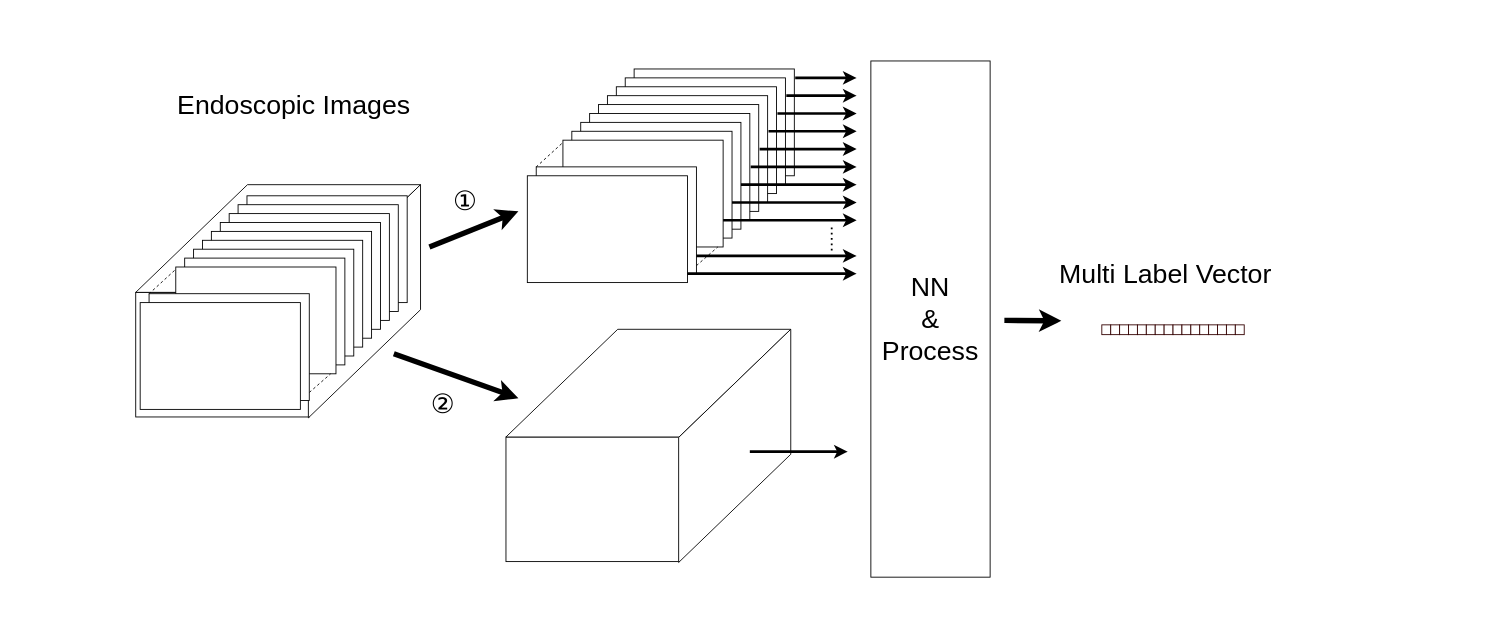
Above: draw.io/ieice4.drawio in shinn1r0/endoscopic_images2karte (draw.io), before the change. Source tidied: cells renumbered, new cells numbered last; positions are measured from the earlier drawing's top-left corner, leaving out a move shared by most shapes. Both pictures are drawn from the tidied source at 89%, with x=0, y=0 at pixel (135, 61).
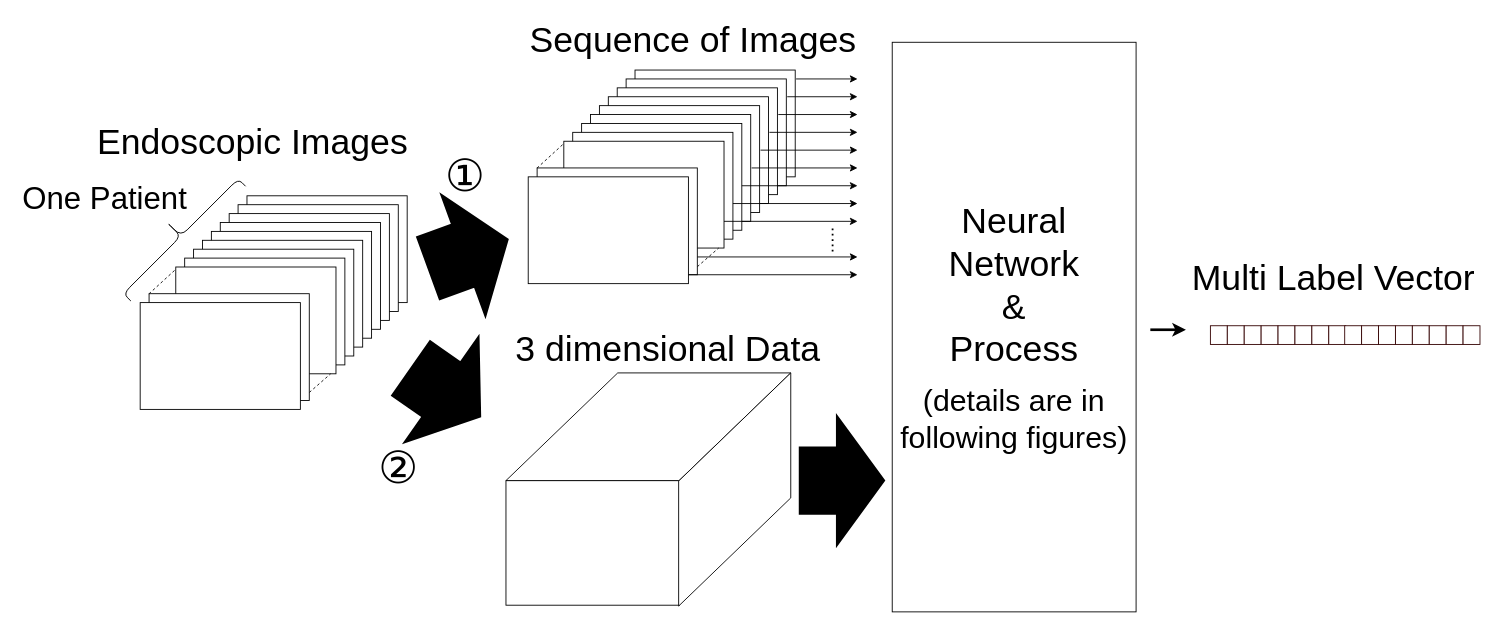
The same diagram, later.

Diff of the diagram source:
```diff
@@
     <mxCell id="2" style="rounded=0;whiteSpace=wrap;html=1;" parent="1" vertex="1">
-      <mxGeometry x="560" y="9" width="180" height="120" as="geometry" />
+      <mxGeometry x="561" y="10.2" width="180" height="120" as="geometry" />
     </mxCell>
     <mxCell id="3" style="rounded=0;whiteSpace=wrap;html=1;" parent="1" vertex="1">
-      <mxGeometry x="550" y="19" width="180" height="120" as="geometry" />
+      <mxGeometry x="551" y="20.2" width="180" height="120" as="geometry" />
     </mxCell>
     <mxCell id="4" style="endArrow=none;dashed=1;html=1;exitX=0.996;exitY=0.003;exitDx=0;exitDy=0;exitPerimeter=0;" parent="1" edge="1" source="14">
       <mxGeometry relative="1" as="geometry">
-        <mxPoint x="660" y="89" as="targetPoint" />
+        <mxPoint x="661" y="90.2" as="targetPoint" />
       </mxGeometry>
     </mxCell>
     <mxCell id="5" style="rounded=0;whiteSpace=wrap;html=1;" parent="1" vertex="1">
-      <mxGeometry x="540" y="29" width="180" height="120" as="geometry" />
+      <mxGeometry x="541" y="30.2" width="180" height="120" as="geometry" />
     </mxCell>
     <mxCell id="6" style="rounded=0;whiteSpace=wrap;html=1;" parent="1" vertex="1">
-      <mxGeometry x="530" y="39" width="180" height="120" as="geometry" />
+      <mxGeometry x="531" y="40.2" width="180" height="120" as="geometry" />
     </mxCell>
     <mxCell id="7" style="rounded=0;whiteSpace=wrap;html=1;" parent="1" vertex="1">
-      <mxGeometry x="520" y="49" width="180" height="120" as="geometry" />
+      <mxGeometry x="521" y="50.2" width="180" height="120" as="geometry" />
     </mxCell>
     <mxCell id="8" style="rounded=0;whiteSpace=wrap;html=1;" parent="1" vertex="1">
-      <mxGeometry x="510" y="59" width="180" height="120" as="geometry" />
+      <mxGeometry x="511" y="60.2" width="180" height="120" as="geometry" />
     </mxCell>
     <mxCell id="9" style="rounded=0;whiteSpace=wrap;html=1;" parent="1" vertex="1">
-      <mxGeometry x="500" y="69" width="180" height="120" as="geometry" />
+      <mxGeometry x="501" y="70.2" width="180" height="120" as="geometry" />
     </mxCell>
     <mxCell id="10" style="rounded=0;whiteSpace=wrap;html=1;" parent="1" vertex="1">
-      <mxGeometry x="490" y="79" width="180" height="120" as="geometry" />
+      <mxGeometry x="491" y="80.2" width="180" height="120" as="geometry" />
     </mxCell>
     <mxCell id="11" style="rounded=0;whiteSpace=wrap;html=1;" parent="1" vertex="1">
-      <mxGeometry x="480" y="89" width="180" height="120" as="geometry" />
+      <mxGeometry x="481" y="90.2" width="180" height="120" as="geometry" />
     </mxCell>
     <mxCell id="12" style="endArrow=none;dashed=1;html=1;exitX=0.977;exitY=0.936;exitDx=0;exitDy=0;exitPerimeter=0;" parent="1" edge="1">
       <mxGeometry relative="1" as="geometry">
-        <mxPoint x="630" y="230" as="sourcePoint" />
-        <mxPoint x="654" y="209" as="targetPoint" />
+        <mxPoint x="631" y="231.2" as="sourcePoint" />
+        <mxPoint x="655" y="210.2" as="targetPoint" />
       </mxGeometry>
     </mxCell>
@@
     <mxCell id="14" style="rounded=0;whiteSpace=wrap;html=1;" parent="1" vertex="1">
-      <mxGeometry x="450" y="119" width="180" height="120" as="geometry" />
+      <mxGeometry x="451" y="120.2" width="180" height="120" as="geometry" />
     </mxCell>
     <mxCell id="15" style="rounded=0;whiteSpace=wrap;html=1;" parent="1" vertex="1">
-      <mxGeometry x="440" y="129" width="180" height="120" as="geometry" />
+      <mxGeometry x="441" y="130.2" width="180" height="120" as="geometry" />
     </mxCell>
-    <mxCell id="16" value="&lt;font style=&quot;font-size: 30px&quot;&gt;Endoscopic Images&lt;/font&gt;" style="text;html=1;align=left;verticalAlign=top;spacingTop=-4;" parent="1" vertex="1">
-      <mxGeometry x="45" y="29" width="280" height="20" as="geometry" />
+    <mxCell id="16" value="&lt;font style=&quot;font-size: 40px&quot;&gt;Endoscopic Images&lt;/font&gt;" style="text;html=1;align=left;verticalAlign=top;spacingTop=-4;" parent="1" vertex="1">
+      <mxGeometry x="-45" y="64" width="360" height="30" as="geometry" />
     </mxCell>
-    <mxCell id="17" style="endArrow=classic;html=1;strokeWidth=3;" parent="1" edge="1">
+    <mxCell id="17" style="endArrow=classic;html=1;strokeWidth=1;" parent="1" edge="1">
       <mxGeometry relative="1" as="geometry">
-        <mxPoint x="620" y="239" as="sourcePoint" />
-        <mxPoint x="810" y="239" as="targetPoint" />
+        <mxPoint x="621" y="240.2" as="sourcePoint" />
+        <mxPoint x="811" y="240.2" as="targetPoint" />
       </mxGeometry>
     </mxCell>
-    <mxCell id="18" style="endArrow=classic;html=1;strokeWidth=3;" parent="1" edge="1">
+    <mxCell id="18" style="endArrow=classic;html=1;strokeWidth=1;" parent="1" edge="1">
       <mxGeometry relative="1" as="geometry">
-        <mxPoint x="630" y="219" as="sourcePoint" />
-        <mxPoint x="810" y="219" as="targetPoint" />
+        <mxPoint x="631" y="220.2" as="sourcePoint" />
+        <mxPoint x="811" y="220.2" as="targetPoint" />
       </mxGeometry>
     </mxCell>
-    <mxCell id="19" style="endArrow=classic;html=1;strokeWidth=3;" parent="1" edge="1">
+    <mxCell id="19" style="endArrow=classic;html=1;strokeWidth=1;" parent="1" edge="1">
       <mxGeometry relative="1" as="geometry">
-        <mxPoint x="660" y="179" as="sourcePoint" />
-        <mxPoint x="810" y="179" as="targetPoint" />
+        <mxPoint x="661" y="180.2" as="sourcePoint" />
+        <mxPoint x="811" y="180.2" as="targetPoint" />
       </mxGeometry>
     </mxCell>
-    <mxCell id="20" style="endArrow=classic;html=1;strokeWidth=3;" parent="1" edge="1">
+    <mxCell id="20" style="endArrow=classic;html=1;strokeWidth=1;" parent="1" edge="1">
       <mxGeometry relative="1" as="geometry">
-        <mxPoint x="670" y="159" as="sourcePoint" />
-        <mxPoint x="810" y="159" as="targetPoint" />
+        <mxPoint x="671" y="160.2" as="sourcePoint" />
+        <mxPoint x="811" y="160.2" as="targetPoint" />
       </mxGeometry>
     </mxCell>
-    <mxCell id="21" style="endArrow=classic;html=1;strokeWidth=3;" parent="1" edge="1">
+    <mxCell id="21" style="endArrow=classic;html=1;strokeWidth=1;" parent="1" edge="1">
       <mxGeometry relative="1" as="geometry">
-        <mxPoint x="680" y="139" as="sourcePoint" />
-        <mxPoint x="810" y="139" as="targetPoint" />
+        <mxPoint x="681" y="140.2" as="sourcePoint" />
+        <mxPoint x="811" y="140.2" as="targetPoint" />
       </mxGeometry>
     </mxCell>
-    <mxCell id="22" style="endArrow=classic;html=1;strokeWidth=3;" parent="1" edge="1">
+    <mxCell id="22" style="endArrow=classic;html=1;strokeWidth=1;" parent="1" edge="1">
       <mxGeometry relative="1" as="geometry">
-        <mxPoint x="691" y="119" as="sourcePoint" />
-        <mxPoint x="810" y="119" as="targetPoint" />
+        <mxPoint x="692" y="120.2" as="sourcePoint" />
+        <mxPoint x="811" y="120.2" as="targetPoint" />
       </mxGeometry>
     </mxCell>
-    <mxCell id="23" style="endArrow=classic;html=1;strokeWidth=3;" parent="1" edge="1">
+    <mxCell id="23" style="endArrow=classic;html=1;strokeWidth=1;" parent="1" edge="1">
       <mxGeometry relative="1" as="geometry">
-        <mxPoint x="701" y="99" as="sourcePoint" />
-        <mxPoint x="810" y="99" as="targetPoint" />
+        <mxPoint x="702" y="100.2" as="sourcePoint" />
+        <mxPoint x="811" y="100.2" as="targetPoint" />
       </mxGeometry>
     </mxCell>
-    <mxCell id="24" style="endArrow=classic;html=1;strokeWidth=3;" parent="1" edge="1">
+    <mxCell id="24" style="endArrow=classic;html=1;strokeWidth=1;" parent="1" edge="1">
       <mxGeometry relative="1" as="geometry">
-        <mxPoint x="711" y="79" as="sourcePoint" />
-        <mxPoint x="810" y="79" as="targetPoint" />
+        <mxPoint x="712" y="80.2" as="sourcePoint" />
+        <mxPoint x="811" y="80.2" as="targetPoint" />
       </mxGeometry>
     </mxCell>
-    <mxCell id="25" style="endArrow=classic;html=1;strokeWidth=3;" parent="1" edge="1">
+    <mxCell id="25" style="endArrow=classic;html=1;strokeWidth=1;" parent="1" edge="1">
       <mxGeometry relative="1" as="geometry">
-        <mxPoint x="721" y="59" as="sourcePoint" />
-        <mxPoint x="810" y="59" as="targetPoint" />
+        <mxPoint x="722" y="60.2" as="sourcePoint" />
+        <mxPoint x="811" y="60.2" as="targetPoint" />
       </mxGeometry>
     </mxCell>
-    <mxCell id="26" style="endArrow=classic;html=1;strokeWidth=3;" parent="1" edge="1">
+    <mxCell id="26" style="endArrow=classic;html=1;strokeWidth=1;" parent="1" edge="1">
       <mxGeometry relative="1" as="geometry">
-        <mxPoint x="741" y="19" as="sourcePoint" />
-        <mxPoint x="810" y="19" as="targetPoint" />
+        <mxPoint x="742" y="20.2" as="sourcePoint" />
+        <mxPoint x="811" y="20.2" as="targetPoint" />
       </mxGeometry>
     </mxCell>
-    <mxCell id="27" style="endArrow=classic;html=1;strokeWidth=3;" parent="1" edge="1">
+    <mxCell id="27" style="endArrow=classic;html=1;strokeWidth=1;" parent="1" edge="1">
       <mxGeometry relative="1" as="geometry">
-        <mxPoint x="731" y="39" as="sourcePoint" />
-        <mxPoint x="810" y="39" as="targetPoint" />
+        <mxPoint x="732" y="40.2" as="sourcePoint" />
+        <mxPoint x="811" y="40.2" as="targetPoint" />
       </mxGeometry>
     </mxCell>
     <mxCell id="28" style="endArrow=none;dashed=1;html=1;strokeWidth=2;dashPattern=1 2;" parent="1" edge="1">
       <mxGeometry relative="1" as="geometry">
-        <mxPoint x="782" y="213" as="sourcePoint" />
-        <mxPoint x="782" y="183" as="targetPoint" />
+        <mxPoint x="783" y="214.2" as="sourcePoint" />
+        <mxPoint x="783" y="184.2" as="targetPoint" />
       </mxGeometry>
     </mxCell>
-    <mxCell id="29" value="&lt;font style=&quot;font-size: 30px&quot;&gt;Multi Label Vector&lt;/font&gt;" style="text;html=1;align=left;verticalAlign=top;spacingTop=-4;" parent="1" vertex="1">
-      <mxGeometry x="1035.5" y="219" width="250" height="20" as="geometry" />
+    <mxCell id="29" value="&lt;font style=&quot;font-size: 40px&quot;&gt;Multi Label Vector&lt;/font&gt;" style="text;html=1;align=left;verticalAlign=top;spacingTop=-4;" parent="1" vertex="1">
+      <mxGeometry x="1185" y="217.2" width="330" height="30" as="geometry" />
     </mxCell>
-    <mxCell id="30" style="rounded=0;whiteSpace=wrap;html=1;" parent="1" vertex="1">
-      <mxGeometry y="260" width="195" height="140" as="geometry" />
-    </mxCell>
-    <mxCell id="31" style="shape=parallelogram;perimeter=parallelogramPerimeter;whiteSpace=wrap;html=1;size=0.3924050632911392;" parent="1" vertex="1">
-      <mxGeometry y="139" width="320" height="121" as="geometry" />
-    </mxCell>
-    <mxCell id="32" style="shape=parallelogram;perimeter=parallelogramPerimeter;whiteSpace=wrap;html=1;size=0.46387832699619774;rotation=-90;direction=west;flipH=1;" parent="1" vertex="1">
-      <mxGeometry x="126" y="207" width="262" height="126" as="geometry" />
-    </mxCell>
@@
-    <mxCell id="47" style="endArrow=classic;html=1;strokeWidth=6;" parent="1" edge="1">
-      <mxGeometry relative="1" as="geometry">
-        <mxPoint x="330" y="209" as="sourcePoint" />
-        <mxPoint x="430" y="169" as="targetPoint" />
-      </mxGeometry>
-    </mxCell>
-    <mxCell id="48" style="endArrow=classic;html=1;strokeWidth=6;" parent="1" edge="1">
+    <mxCell id="48" style="endArrow=classic;html=1;strokeWidth=3;" parent="1" edge="1">
       <mxGeometry relative="1" as="geometry">
-        <mxPoint x="976" y="291.5" as="sourcePoint" />
-        <mxPoint x="1040" y="292" as="targetPoint" />
+        <mxPoint x="1140" y="302" as="sourcePoint" />
+        <mxPoint x="1180" y="302" as="targetPoint" />
       </mxGeometry>
     </mxCell>
-    <mxCell id="49" style="rounded=0;whiteSpace=wrap;html=1;strokeColor=#330000;fillColor=#FFFFFF;" parent="1" vertex="1">
-      <mxGeometry x="1085.5" y="296.5" width="10" height="11" as="geometry" />
-    </mxCell>
-    <mxCell id="50" style="rounded=0;whiteSpace=wrap;html=1;strokeColor=#330000;fillColor=#FFFFFF;" parent="1" vertex="1">
-      <mxGeometry x="1095.5" y="296.5" width="10" height="11" as="geometry" />
-    </mxCell>
-    <mxCell id="51" style="rounded=0;whiteSpace=wrap;html=1;strokeColor=#330000;fillColor=#FFFFFF;" parent="1" vertex="1">
-      <mxGeometry x="1105.5" y="296.5" width="10" height="11" as="geometry" />
-    </mxCell>
-    <mxCell id="52" style="rounded=0;whiteSpace=wrap;html=1;strokeColor=#330000;fillColor=#FFFFFF;" parent="1" vertex="1">
-      <mxGeometry x="1115.5" y="296.5" width="10" height="11" as="geometry" />
-    </mxCell>
-    <mxCell id="53" style="rounded=0;whiteSpace=wrap;html=1;strokeColor=#330000;fillColor=#FFFFFF;" parent="1" vertex="1">
-      <mxGeometry x="1125.5" y="296.5" width="10" height="11" as="geometry" />
-    </mxCell>
-    <mxCell id="54" style="rounded=0;whiteSpace=wrap;html=1;strokeColor=#330000;fillColor=#FFFFFF;" parent="1" vertex="1">
-      <mxGeometry x="1135.5" y="296.5" width="10" height="11" as="geometry" />
-    </mxCell>
-    <mxCell id="55" style="rounded=0;whiteSpace=wrap;html=1;strokeColor=#330000;fillColor=#FFFFFF;" parent="1" vertex="1">
-      <mxGeometry x="1145.5" y="296.5" width="10" height="11" as="geometry" />
-    </mxCell>
-    <mxCell id="56" style="rounded=0;whiteSpace=wrap;html=1;strokeColor=#330000;fillColor=#FFFFFF;" parent="1" vertex="1">
-      <mxGeometry x="1155.5" y="296.5" width="10" height="11" as="geometry" />
-    </mxCell>
-    <mxCell id="57" style="rounded=0;whiteSpace=wrap;html=1;strokeColor=#330000;fillColor=#FFFFFF;" parent="1" vertex="1">
-      <mxGeometry x="1165.5" y="296.5" width="10" height="11" as="geometry" />
-    </mxCell>
-    <mxCell id="58" style="rounded=0;whiteSpace=wrap;html=1;strokeColor=#330000;fillColor=#FFFFFF;" parent="1" vertex="1">
-      <mxGeometry x="1175.5" y="296.5" width="10" height="11" as="geometry" />
-    </mxCell>
-    <mxCell id="59" style="rounded=0;whiteSpace=wrap;html=1;strokeColor=#330000;fillColor=#FFFFFF;" parent="1" vertex="1">
-      <mxGeometry x="1185.5" y="296.5" width="10" height="11" as="geometry" />
-    </mxCell>
-    <mxCell id="60" style="rounded=0;whiteSpace=wrap;html=1;strokeColor=#330000;fillColor=#FFFFFF;" parent="1" vertex="1">
-      <mxGeometry x="1195.5" y="296.5" width="10" height="11" as="geometry" />
-    </mxCell>
-    <mxCell id="61" style="rounded=0;whiteSpace=wrap;html=1;strokeColor=#330000;fillColor=#FFFFFF;" parent="1" vertex="1">
-      <mxGeometry x="1205.5" y="296.5" width="10" height="11" as="geometry" />
-    </mxCell>
-    <mxCell id="62" style="rounded=0;whiteSpace=wrap;html=1;strokeColor=#330000;fillColor=#FFFFFF;" parent="1" vertex="1">
-      <mxGeometry x="1215.5" y="296.5" width="10" height="11" as="geometry" />
-    </mxCell>
-    <mxCell id="63" style="rounded=0;whiteSpace=wrap;html=1;strokeColor=#330000;fillColor=#FFFFFF;" parent="1" vertex="1">
-      <mxGeometry x="1225.5" y="296.5" width="10" height="11" as="geometry" />
-    </mxCell>
-    <mxCell id="64" style="rounded=0;whiteSpace=wrap;html=1;strokeColor=#330000;fillColor=#FFFFFF;" parent="1" vertex="1">
-      <mxGeometry x="1235.5" y="296.5" width="10" height="11" as="geometry" />
-    </mxCell>
     <mxCell id="65" style="rounded=0;whiteSpace=wrap;html=1;" parent="1" vertex="1">
-      <mxGeometry x="416" y="422.5" width="195" height="140" as="geometry" />
+      <mxGeometry x="416" y="471.5" width="195" height="140" as="geometry" />
     </mxCell>
     <mxCell id="66" style="shape=parallelogram;perimeter=parallelogramPerimeter;whiteSpace=wrap;html=1;size=0.3924050632911392;" parent="1" vertex="1">
-      <mxGeometry x="416" y="301.5" width="320" height="121" as="geometry" />
+      <mxGeometry x="416" y="350.5" width="320" height="121" as="geometry" />
     </mxCell>
     <mxCell id="67" style="shape=parallelogram;perimeter=parallelogramPerimeter;whiteSpace=wrap;html=1;size=0.46387832699619774;rotation=-90;direction=west;flipH=1;" parent="1" vertex="1">
-      <mxGeometry x="542" y="369.5" width="262" height="126" as="geometry" />
+      <mxGeometry x="542" y="418.5" width="262" height="126" as="geometry" />
     </mxCell>
-    <mxCell id="68" style="endArrow=classic;html=1;strokeWidth=6;" parent="1" edge="1">
-      <mxGeometry relative="1" as="geometry">
-        <mxPoint x="290" y="329" as="sourcePoint" />
-        <mxPoint x="430" y="379" as="targetPoint" />
-      </mxGeometry>
-    </mxCell>
-    <mxCell id="69" style="endArrow=classic;html=1;strokeWidth=3;" parent="1" edge="1">
-      <mxGeometry relative="1" as="geometry">
-        <mxPoint x="690" y="439" as="sourcePoint" />
-        <mxPoint x="800" y="439" as="targetPoint" />
-      </mxGeometry>
-    </mxCell>
-    <mxCell id="70" value="&lt;font style=&quot;font-size: 30px&quot;&gt;①&lt;/font&gt;" style="text;html=1;align=center;verticalAlign=middle;" parent="1" vertex="1">
-      <mxGeometry x="350" y="141.5" width="40" height="30" as="geometry" />
+    <mxCell id="70" value="&lt;font style=&quot;font-size: 50px&quot;&gt;①&lt;/font&gt;" style="text;html=1;align=center;verticalAlign=middle;" parent="1" vertex="1">
+      <mxGeometry x="340" y="114" width="60" height="30" as="geometry" />
     </mxCell>
-    <mxCell id="71" value="&lt;font style=&quot;font-size: 30px&quot;&gt;②&lt;/font&gt;" style="text;html=1;align=center;verticalAlign=middle;" parent="1" vertex="1">
-      <mxGeometry x="325" y="369.5" width="40" height="30" as="geometry" />
+    <mxCell id="71" value="&lt;font style=&quot;font-size: 50px&quot;&gt;②&lt;/font&gt;" style="text;html=1;align=center;verticalAlign=middle;" parent="1" vertex="1">
+      <mxGeometry x="265" y="441.5" width="60" height="30" as="geometry" />
     </mxCell>
-    <mxCell id="72" value="&lt;font style=&quot;font-size: 30px&quot;&gt;NN&lt;br&gt;&amp;amp;&lt;br&gt;Process&lt;br&gt;&lt;/font&gt;" style="rounded=0;whiteSpace=wrap;html=1;" parent="1" vertex="1">
-      <mxGeometry x="826" width="134" height="580" as="geometry" />
+    <mxCell id="72" value="&lt;font&gt;&lt;span style=&quot;font-size: 40px&quot;&gt;Neural&lt;/span&gt;&lt;br&gt;&lt;span style=&quot;font-size: 40px&quot;&gt;Network&lt;/span&gt;&lt;br&gt;&lt;span style=&quot;font-size: 40px&quot;&gt;&amp;amp;&lt;/span&gt;&lt;br&gt;&lt;span style=&quot;font-size: 40px&quot;&gt;Process&lt;/span&gt;&lt;br&gt;&lt;br&gt;&lt;font style=&quot;font-size: 34px&quot;&gt;(details are in following figures)&lt;/font&gt;&lt;br&gt;&lt;/font&gt;" style="rounded=0;whiteSpace=wrap;html=1;" parent="1" vertex="1">
+      <mxGeometry x="850" y="-21" width="274" height="640" as="geometry" />
     </mxCell>
+    <mxCell id="73" value="&lt;font style=&quot;font-size: 40px&quot;&gt;Sequence of Images&lt;/font&gt;" style="text;html=1;align=left;verticalAlign=top;spacingTop=-4;" parent="1" vertex="1">
+      <mxGeometry x="441" y="-51" width="380" height="30" as="geometry" />
+    </mxCell>
+    <mxCell id="74" value="&lt;font style=&quot;font-size: 40px&quot;&gt;3 dimensional Data&lt;/font&gt;" style="text;html=1;align=left;verticalAlign=top;spacingTop=-4;" parent="1" vertex="1">
+      <mxGeometry x="425" y="296.8" width="360" height="30" as="geometry" />
+    </mxCell>
+    <mxCell id="75" style="shape=curlyBracket;whiteSpace=wrap;html=1;rounded=1;rotation=45;size=0.6644542498246905;" parent="1" vertex="1">
+      <mxGeometry x="29.1" y="101.7" width="35" height="182.3" as="geometry" />
+    </mxCell>
+    <mxCell id="76" value="&lt;font style=&quot;font-size: 35px&quot;&gt;One Patient&lt;/font&gt;" style="text;html=1;align=center;verticalAlign=middle;" parent="1" vertex="1">
+      <mxGeometry x="-135" y="139" width="200" height="30" as="geometry" />
+    </mxCell>
+    <mxCell id="77" style="shape=singleArrow;whiteSpace=wrap;html=1;rotation=35;fillColor=#000000;arrowWidth=0.7781798483478497;arrowSize=0.34436181323131176;strokeWidth=30;" parent="1" vertex="1">
+      <mxGeometry x="315" y="341.5" width="63.7" height="60" as="geometry" />
+    </mxCell>
+    <mxCell id="78" style="shape=singleArrow;whiteSpace=wrap;html=1;rotation=-20;fillColor=#000000;arrowWidth=0.7781798483478497;arrowSize=0.34436181323131176;strokeWidth=30;" parent="1" vertex="1">
+      <mxGeometry x="340" y="187.2" width="63.7" height="60" as="geometry" />
+    </mxCell>
+    <mxCell id="79" style="shape=singleArrow;whiteSpace=wrap;html=1;rotation=0;fillColor=#000000;arrowWidth=0.7781798483478497;arrowSize=0.34436181323131176;strokeWidth=30;" parent="1" vertex="1">
+      <mxGeometry x="760" y="441.5" width="63.7" height="60" as="geometry" />
+    </mxCell>
+    <mxCell id="80" style="rounded=0;whiteSpace=wrap;html=1;strokeColor=#330000;fillColor=#FFFFFF;" parent="1" vertex="1">
+      <mxGeometry x="1207.5" y="297.5" width="19" height="21" as="geometry" />
+    </mxCell>
+    <mxCell id="81" style="rounded=0;whiteSpace=wrap;html=1;strokeColor=#330000;fillColor=#FFFFFF;" parent="1" vertex="1">
+      <mxGeometry x="1226.5" y="297.5" width="19" height="21" as="geometry" />
+    </mxCell>
+    <mxCell id="82" style="rounded=0;whiteSpace=wrap;html=1;strokeColor=#330000;fillColor=#FFFFFF;" parent="1" vertex="1">
+      <mxGeometry x="1245.5" y="297.5" width="19" height="21" as="geometry" />
+    </mxCell>
+    <mxCell id="83" style="rounded=0;whiteSpace=wrap;html=1;strokeColor=#330000;fillColor=#FFFFFF;" parent="1" vertex="1">
+      <mxGeometry x="1264.5" y="297.5" width="19" height="21" as="geometry" />
+    </mxCell>
+    <mxCell id="84" style="rounded=0;whiteSpace=wrap;html=1;strokeColor=#330000;fillColor=#FFFFFF;" parent="1" vertex="1">
+      <mxGeometry x="1283.5" y="297.5" width="19" height="21" as="geometry" />
+    </mxCell>
+    <mxCell id="85" style="rounded=0;whiteSpace=wrap;html=1;strokeColor=#330000;fillColor=#FFFFFF;" parent="1" vertex="1">
+      <mxGeometry x="1302.5" y="297.5" width="19" height="21" as="geometry" />
+    </mxCell>
+    <mxCell id="86" style="rounded=0;whiteSpace=wrap;html=1;strokeColor=#330000;fillColor=#FFFFFF;" parent="1" vertex="1">
+      <mxGeometry x="1321.5" y="297.5" width="19" height="21" as="geometry" />
+    </mxCell>
+    <mxCell id="87" style="rounded=0;whiteSpace=wrap;html=1;strokeColor=#330000;fillColor=#FFFFFF;" parent="1" vertex="1">
+      <mxGeometry x="1340.5" y="297.5" width="19" height="21" as="geometry" />
+    </mxCell>
+    <mxCell id="88" style="rounded=0;whiteSpace=wrap;html=1;strokeColor=#330000;fillColor=#FFFFFF;" parent="1" vertex="1">
+      <mxGeometry x="1358.4" y="297.5" width="19" height="21" as="geometry" />
+    </mxCell>
+    <mxCell id="89" style="rounded=0;whiteSpace=wrap;html=1;strokeColor=#330000;fillColor=#FFFFFF;" parent="1" vertex="1">
+      <mxGeometry x="1377.4" y="297.5" width="19" height="21" as="geometry" />
+    </mxCell>
+    <mxCell id="90" style="rounded=0;whiteSpace=wrap;html=1;strokeColor=#330000;fillColor=#FFFFFF;" parent="1" vertex="1">
+      <mxGeometry x="1396.4" y="297.5" width="19" height="21" as="geometry" />
+    </mxCell>
+    <mxCell id="91" style="rounded=0;whiteSpace=wrap;html=1;strokeColor=#330000;fillColor=#FFFFFF;" parent="1" vertex="1">
+      <mxGeometry x="1415.4" y="297.5" width="19" height="21" as="geometry" />
+    </mxCell>
+    <mxCell id="92" style="rounded=0;whiteSpace=wrap;html=1;strokeColor=#330000;fillColor=#FFFFFF;" parent="1" vertex="1">
+      <mxGeometry x="1434.4" y="297.5" width="19" height="21" as="geometry" />
+    </mxCell>
+    <mxCell id="93" style="rounded=0;whiteSpace=wrap;html=1;strokeColor=#330000;fillColor=#FFFFFF;" parent="1" vertex="1">
+      <mxGeometry x="1453.4" y="297.5" width="19" height="21" as="geometry" />
+    </mxCell>
+    <mxCell id="94" style="rounded=0;whiteSpace=wrap;html=1;strokeColor=#330000;fillColor=#FFFFFF;" parent="1" vertex="1">
+      <mxGeometry x="1472.4" y="297.5" width="19" height="21" as="geometry" />
+    </mxCell>
+    <mxCell id="95" style="rounded=0;whiteSpace=wrap;html=1;strokeColor=#330000;fillColor=#FFFFFF;" parent="1" vertex="1">
+      <mxGeometry x="1491.4" y="297.5" width="19" height="21" as="geometry" />
+    </mxCell>
```
